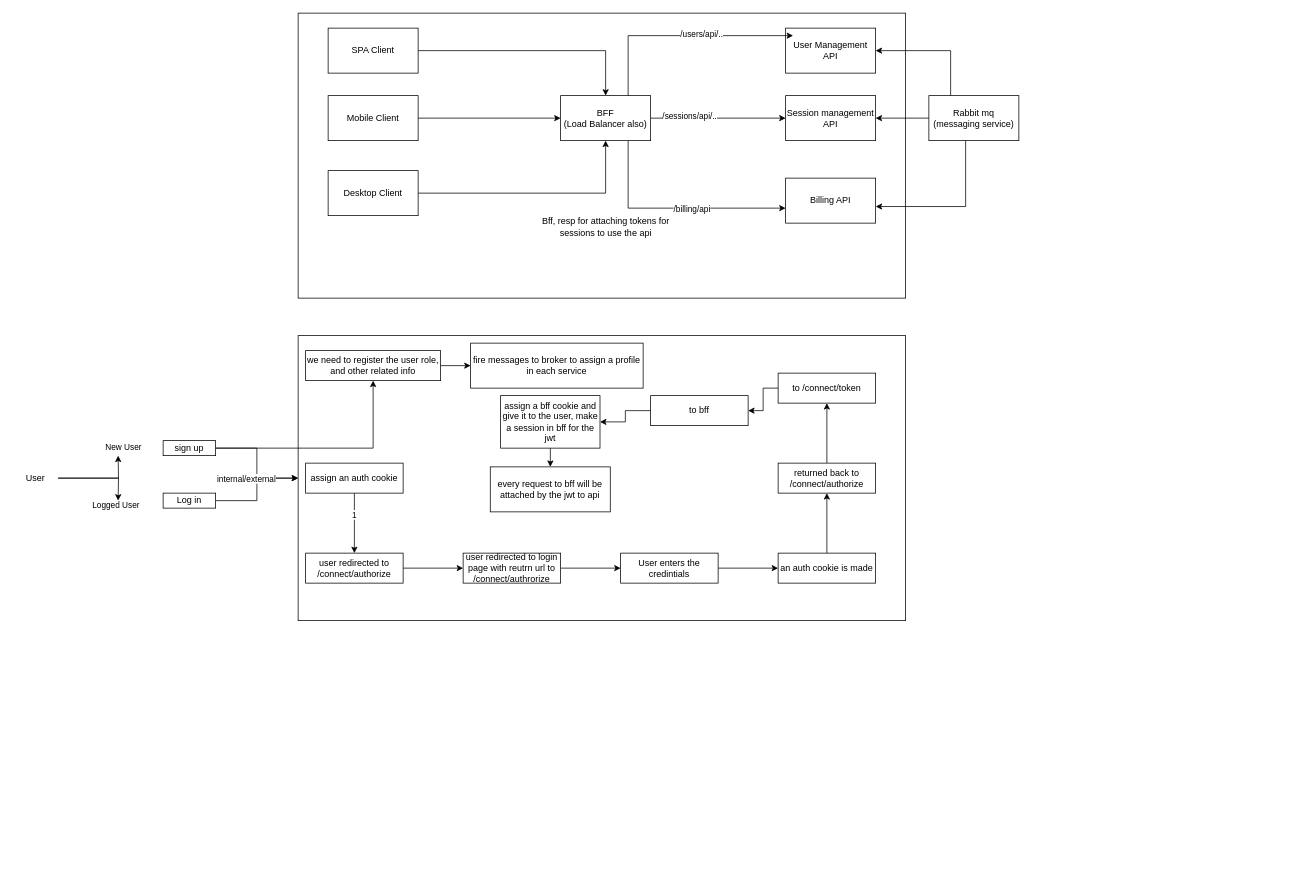
The draw.io diagram diagrams/ProjectStructure.drawio in Azero77/PrivateClinicalSystem, before the edit. Source tidied: cells renumbered, new cells numbered last; positions are measured from the earlier drawing's top-left corner, leaving out a move shared by most shapes. Both pictures are drawn from the tidied source at 75%, with x=0, y=0 at pixel (13, 13).
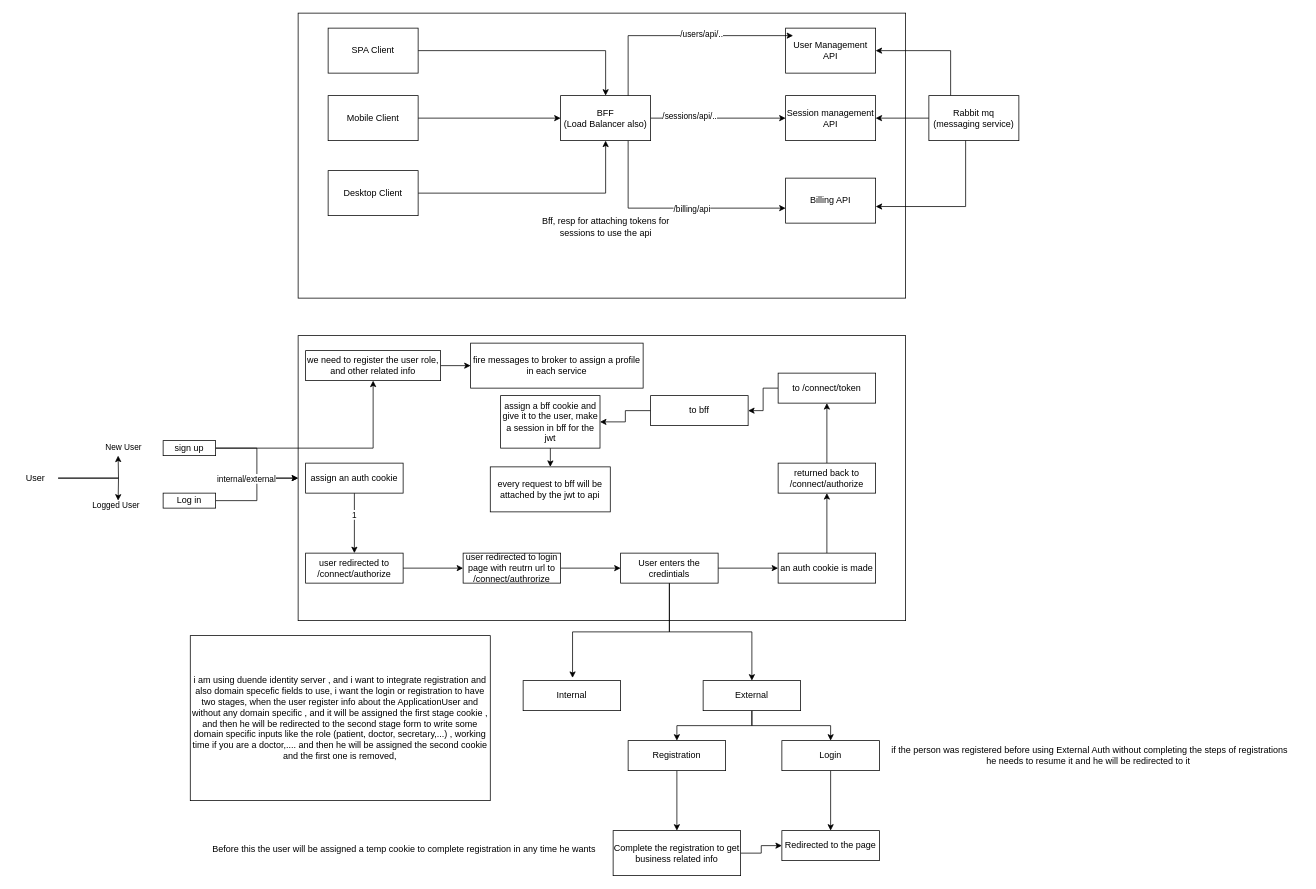
After the change.

The change refers to these unchanged cells:
```xml
<mxCell id="47" value="User enters the credintials" style="rounded=0;whiteSpace=wrap;html=1;" parent="1" vertex="1">
  <mxGeometry x="810" y="720" width="130" height="40" as="geometry" />
</mxCell>
```

Change to the diagram source:
```diff
@@
+    <mxCell id="59" style="edgeStyle=orthogonalEdgeStyle;rounded=0;jettySize=auto;html=1;entryX=0.507;entryY=-0.091;entryDx=0;entryDy=0;entryPerimeter=0;" parent="1" edge="1" source="47" target="61">
+      <mxGeometry relative="1" as="geometry" />
+    </mxCell>
+    <mxCell id="60" style="edgeStyle=orthogonalEdgeStyle;rounded=0;jettySize=auto;html=1;" parent="1" edge="1" source="47" target="64">
+      <mxGeometry relative="1" as="geometry" />
+    </mxCell>
@@
+    <mxCell id="61" value="Internal" style="rounded=0;whiteSpace=wrap;html=1;" parent="1" vertex="1">
+      <mxGeometry x="680" y="890" width="130" height="40" as="geometry" />
+    </mxCell>
+    <mxCell id="62" style="edgeStyle=orthogonalEdgeStyle;rounded=0;jettySize=auto;html=1;" parent="1" edge="1" source="64" target="66">
+      <mxGeometry relative="1" as="geometry" />
+    </mxCell>
+    <mxCell id="63" style="edgeStyle=orthogonalEdgeStyle;rounded=0;jettySize=auto;html=1;" parent="1" edge="1" source="64" target="68">
+      <mxGeometry relative="1" as="geometry" />
+    </mxCell>
+    <mxCell id="64" value="External" style="rounded=0;whiteSpace=wrap;html=1;" parent="1" vertex="1">
+      <mxGeometry x="920" y="890" width="130" height="40" as="geometry" />
+    </mxCell>
@@
+    <mxCell id="65" style="edgeStyle=orthogonalEdgeStyle;rounded=0;jettySize=auto;html=1;" parent="1" edge="1" source="66" target="71">
+      <mxGeometry relative="1" as="geometry" />
+    </mxCell>
+    <mxCell id="66" value="Registration" style="rounded=0;whiteSpace=wrap;html=1;" parent="1" vertex="1">
+      <mxGeometry x="820" y="970" width="130" height="40" as="geometry" />
+    </mxCell>
+    <mxCell id="67" style="edgeStyle=orthogonalEdgeStyle;rounded=0;jettySize=auto;html=1;" parent="1" edge="1" source="68" target="69">
+      <mxGeometry relative="1" as="geometry" />
+    </mxCell>
+    <mxCell id="68" value="Login" style="rounded=0;whiteSpace=wrap;html=1;" parent="1" vertex="1">
+      <mxGeometry x="1025" y="970" width="130" height="40" as="geometry" />
+    </mxCell>
+    <mxCell id="69" value="Redirected to the page" style="rounded=0;whiteSpace=wrap;html=1;" parent="1" vertex="1">
+      <mxGeometry x="1025" y="1090" width="130" height="40" as="geometry" />
+    </mxCell>
+    <mxCell id="70" style="edgeStyle=orthogonalEdgeStyle;rounded=0;jettySize=auto;html=1;" parent="1" edge="1" source="71" target="69">
+      <mxGeometry relative="1" as="geometry" />
+    </mxCell>
+    <mxCell id="71" value="Complete the registration to get business related info" style="rounded=0;whiteSpace=wrap;html=1;" parent="1" vertex="1">
+      <mxGeometry x="800" y="1090" width="170" height="60" as="geometry" />
+    </mxCell>
+    <mxCell id="72" value="Before this the user will be assigned a temp cookie to complete registration in any time he wants" style="text;html=1;align=center;verticalAlign=middle;strokeColor=none;fillColor=none;" parent="1" vertex="1">
+      <mxGeometry x="246.2" y="1100" width="550" height="30" as="geometry" />
+    </mxCell>
+    <mxCell id="73" value="if the person was registered before using External Auth without completing the steps of registrations&lt;div&gt;he needs to resume it and he will be redirected to it&amp;nbsp;&lt;/div&gt;" style="text;html=1;align=center;verticalAlign=middle;strokeColor=none;fillColor=none;" parent="1" vertex="1">
+      <mxGeometry x="1150" y="970" width="570" height="40" as="geometry" />
+    </mxCell>
+    <mxCell id="74" value="i am using duende identity server , and i want to integrate registration and also domain specefic fields to use, i want the login or registration to have two stages, when the user register info about the ApplicationUser and without any domain specific , and it will be assigned the first stage cookie , and then he will be redirected to the second stage form to write some domain specific inputs like the role (patient, doctor, secretary,...)  , working time if you are a doctor,.... and then he will be assigned the second cookie and the first one is removed," style="rounded=0;whiteSpace=wrap;html=1;" parent="1" vertex="1">
+      <mxGeometry x="236.2" y="830" width="400" height="220" as="geometry" />
+    </mxCell>
```
